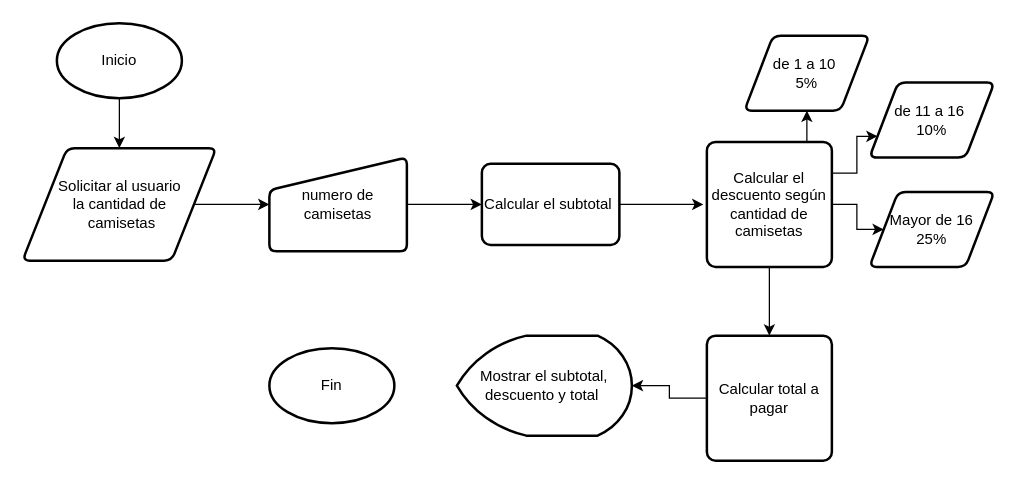
Diego-Campo/sistemas keeps this draw.io diagram as Untitled Diagram.drawio. Above is the earlier version. Source tidied: cells renumbered, new cells numbered last; positions are measured from the earlier drawing's top-left corner, leaving out a move shared by most shapes. Both pictures are drawn from the tidied source at 125%, with x=0, y=0 at pixel (21, 22).
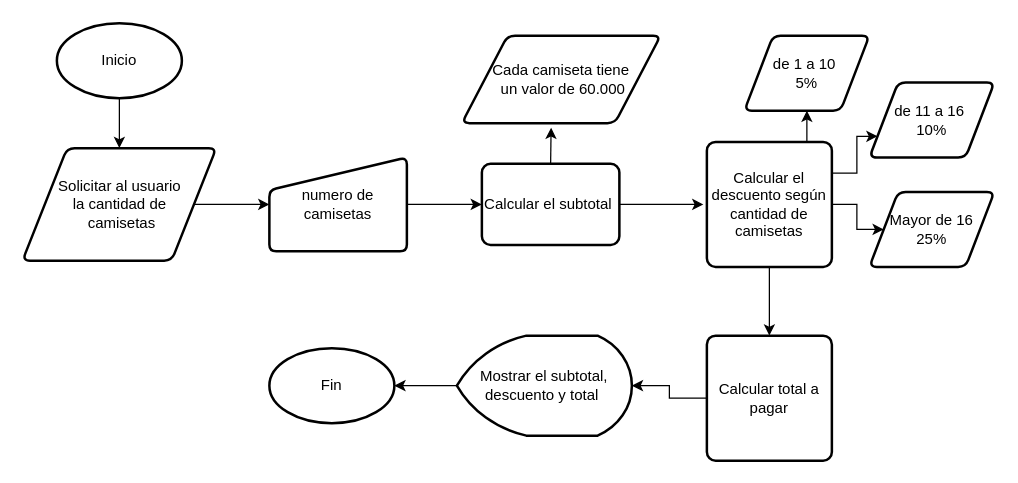
Above is the later version.

The change refers to these unchanged cells:
```xml
<mxCell id="9" value="Calcular el subtotal&amp;nbsp;" style="rounded=1;whiteSpace=wrap;html=1;absoluteArcSize=1;arcSize=14;strokeWidth=2;" parent="1" vertex="1">
  <mxGeometry x="368" y="112.5" width="110" height="65" as="geometry" />
</mxCell>
<mxCell id="20" value="Mostrar el subtotal, descuento y total&amp;nbsp;" style="strokeWidth=2;html=1;shape=mxgraph.flowchart.display;whiteSpace=wrap;" parent="1" vertex="1">
  <mxGeometry x="348" y="250" width="140" height="80" as="geometry" />
</mxCell>
<mxCell id="21" value="Fin" style="strokeWidth=2;html=1;shape=mxgraph.flowchart.start_1;whiteSpace=wrap;" parent="1" vertex="1">
  <mxGeometry x="198" y="260" width="100" height="60" as="geometry" />
</mxCell>
```

The edit, as a diff of the source:
```diff
@@
+    <mxCell id="22" style="edgeStyle=orthogonalEdgeStyle;rounded=0;jettySize=auto;html=1;exitX=0.5;exitY=0;exitDx=0;exitDy=0;entryX=0.449;entryY=1.052;entryDx=0;entryDy=0;entryPerimeter=0;" parent="1" edge="1" source="9" target="24">
+      <mxGeometry relative="1" as="geometry" />
+    </mxCell>
@@
+    <mxCell id="23" style="edgeStyle=orthogonalEdgeStyle;rounded=0;jettySize=auto;html=1;exitX=0;exitY=0.5;exitDx=0;exitDy=0;exitPerimeter=0;entryX=1;entryY=0.5;entryDx=0;entryDy=0;entryPerimeter=0;" parent="1" edge="1" source="20" target="21">
+      <mxGeometry relative="1" as="geometry" />
+    </mxCell>
@@
+    <mxCell id="24" value="Cada camiseta tiene&lt;br&gt;&amp;nbsp;un valor de 60.000" style="shape=parallelogram;html=1;strokeWidth=2;perimeter=parallelogramPerimeter;whiteSpace=wrap;rounded=1;arcSize=12;size=0.23;" parent="1" vertex="1">
+      <mxGeometry x="352" y="10" width="159" height="70" as="geometry" />
+    </mxCell>
```
